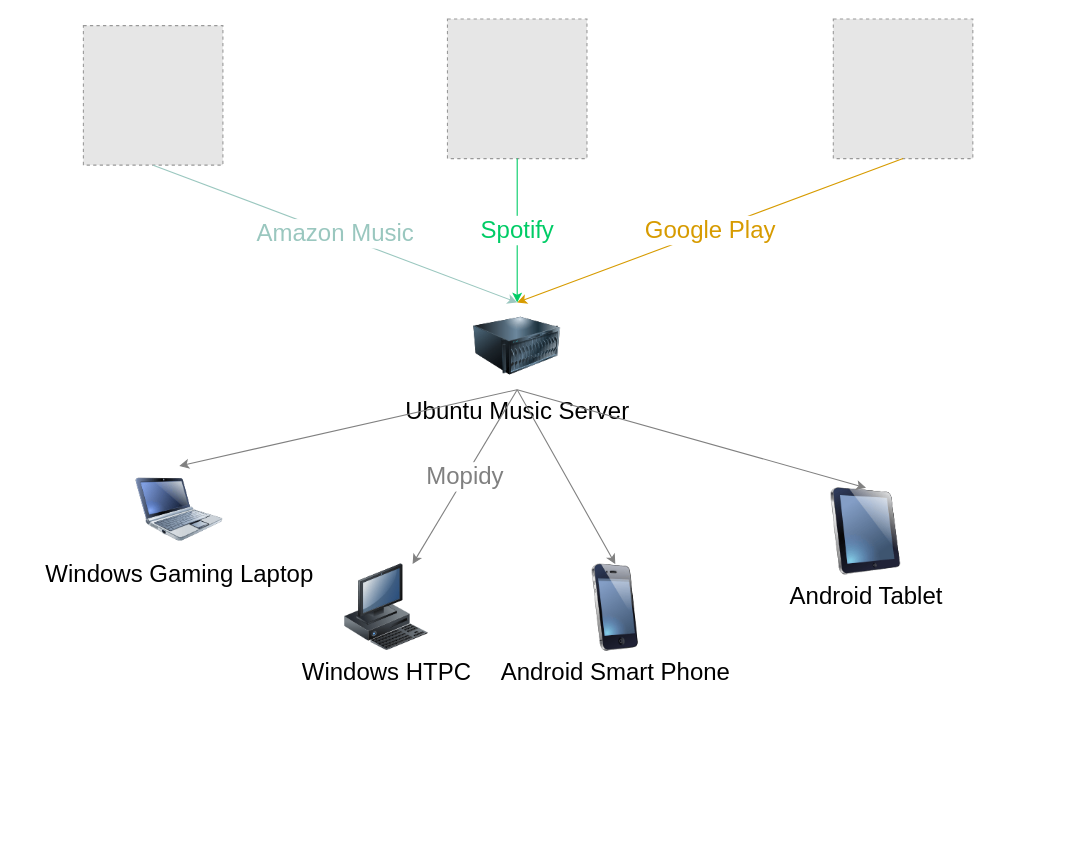
Above: Music Streaming Service.drawio in syedrali/architecture (draw.io), before the change. Source tidied: cells renumbered, new cells numbered last; positions are measured from the earlier drawing's top-left corner, leaving out a move shared by most shapes. Both pictures are drawn from the tidied source at 109%, with x=0, y=0 at pixel (83, 19). Pictures stored in the file or linked from it are replaced by grey dashed boxes.
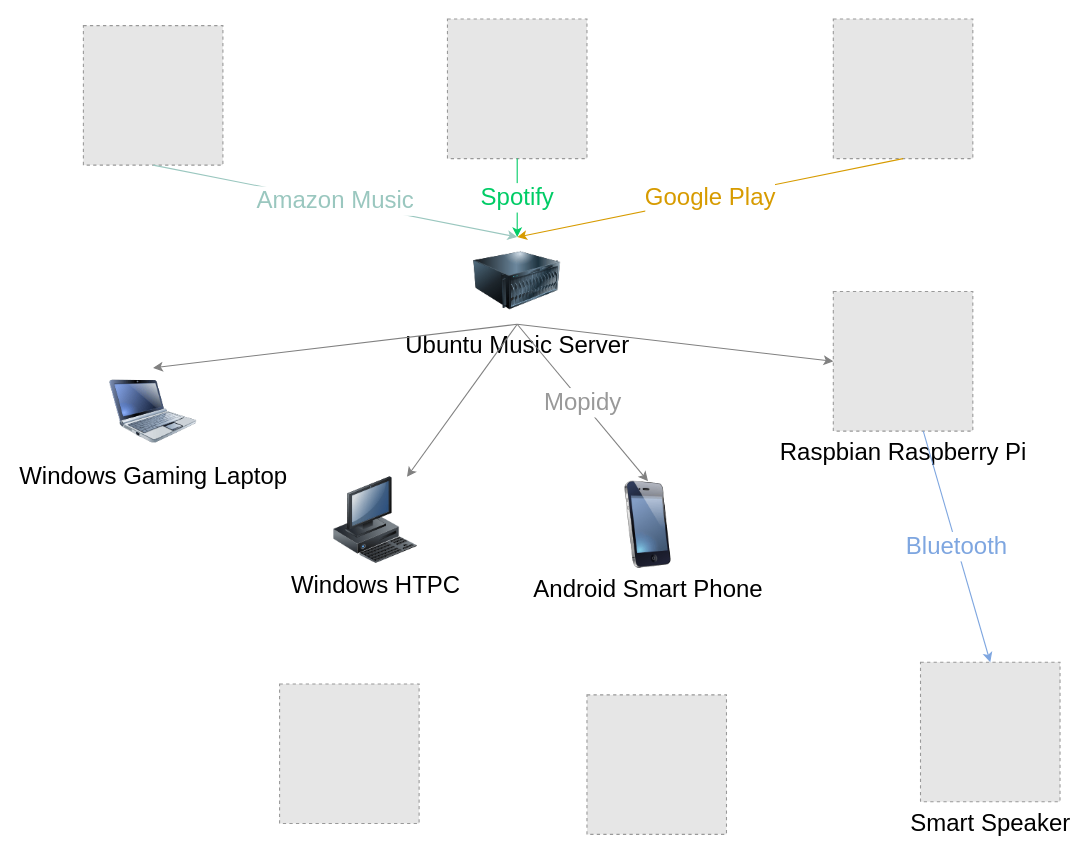
The same diagram, later.

The edit, as a diff of the source:
```diff
@@
-    <mxCell id="2" value="Android Tablet&lt;br&gt;" style="image;html=1;labelBackgroundColor=#ffffff;image=img/lib/clip_art/computers/iPad_128x128.png;rounded=1;shadow=0;comic=0;strokeColor=#000000;strokeWidth=2;fillColor=#FFFFFF;fontSize=22;fontColor=#000000;" parent="1" vertex="1">
-      <mxGeometry x="678" y="430" width="80" height="80" as="geometry" />
-    </mxCell>
     <mxCell id="3" value="Windows HTPC" style="image;html=1;labelBackgroundColor=#ffffff;image=img/lib/clip_art/computers/Workstation_128x128.png;rounded=1;shadow=0;comic=0;strokeColor=#000000;strokeWidth=2;fillColor=#FFFFFF;fontSize=22;fontColor=#000000;" parent="1" vertex="1">
-      <mxGeometry x="238" y="500" width="80" height="80" as="geometry" />
+      <mxGeometry x="228" y="420" width="80" height="80" as="geometry" />
     </mxCell>
     <mxCell id="4" value="Android Smart Phone" style="image;html=1;labelBackgroundColor=#ffffff;image=img/lib/clip_art/telecommunication/iPhone_128x128.png;rounded=1;shadow=0;comic=0;strokeColor=#000000;strokeWidth=2;fillColor=#FFFFFF;fontSize=22;fontColor=#000000;" parent="1" vertex="1">
-      <mxGeometry x="448" y="500" width="80" height="80" as="geometry" />
+      <mxGeometry x="478" y="424" width="80" height="80" as="geometry" />
     </mxCell>
     <mxCell id="5" value="Windows Gaming Laptop" style="image;html=1;labelBackgroundColor=#ffffff;image=img/lib/clip_art/computers/Netbook_128x128.png;rounded=1;shadow=0;comic=0;strokeColor=#000000;strokeWidth=2;fillColor=#FFFFFF;fontSize=22;fontColor=#000000;" parent="1" vertex="1">
-      <mxGeometry x="48" y="410" width="80" height="80" as="geometry" />
+      <mxGeometry x="24" y="320" width="80" height="80" as="geometry" />
     </mxCell>
     <mxCell id="6" value="&lt;font style=&quot;font-size: 22px&quot;&gt;Ubuntu Music Server&lt;br&gt;&lt;/font&gt;" style="image;html=1;labelBackgroundColor=#ffffff;image=img/lib/clip_art/computers/Server_128x128.png;" parent="1" vertex="1">
-      <mxGeometry x="358" y="260" width="80" height="80" as="geometry" />
+      <mxGeometry x="358" y="200" width="80" height="80" as="geometry" />
     </mxCell>
@@
-    <mxCell id="8" value="&lt;font style=&quot;font-size: 22px&quot;&gt;Mopidy&lt;/font&gt;" style="endArrow=classic;html=1;exitX=0.5;exitY=1;exitDx=0;exitDy=0;fontColor=#808080;strokeColor=#808080;" parent="1" edge="1" source="6" target="3">
+    <mxCell id="8" style="endArrow=classic;html=1;exitX=0.5;exitY=1;exitDx=0;exitDy=0;fontColor=#808080;strokeColor=#808080;" parent="1" edge="1" source="6" target="3">
       <mxGeometry relative="1" as="geometry" />
     </mxCell>
-    <mxCell id="9" style="endArrow=classic;html=1;entryX=0.5;entryY=0;entryDx=0;entryDy=0;fontColor=#999999;strokeColor=#808080;" parent="1" edge="1" target="4">
-      <mxGeometry relative="1" as="geometry">
-        <mxPoint x="398" y="340" as="sourcePoint" />
-      </mxGeometry>
+    <mxCell id="9" value="&lt;font style=&quot;font-size: 22px&quot;&gt;Mopidy&lt;/font&gt;" style="endArrow=classic;html=1;entryX=0.5;entryY=0;entryDx=0;entryDy=0;fontColor=#999999;strokeColor=#808080;exitX=0.5;exitY=1;exitDx=0;exitDy=0;" parent="1" edge="1" source="6" target="4">
+      <mxGeometry relative="1" as="geometry" />
     </mxCell>
-    <mxCell id="10" style="endArrow=classic;html=1;entryX=0.5;entryY=0;entryDx=0;entryDy=0;exitX=0.5;exitY=1;exitDx=0;exitDy=0;fontColor=#999999;strokeColor=#808080;" parent="1" edge="1" source="6" target="2">
-      <mxGeometry relative="1" as="geometry" />
-    </mxCell>
@@
+    <mxCell id="17" value="&lt;font style=&quot;font-size: 22px&quot; color=&quot;#000000&quot;&gt;Raspbian Raspberry Pi&lt;/font&gt;" style="fillColor=#E6E6E6;strokeColor=#999999;dashed=1;html=1;verticalAlign=top;verticalLabelPosition=bottom;labelBackgroundColor=#ffffff;fontSize=22;fontColor=#D79B00;" parent="1" vertex="1">
+      <mxGeometry x="688" y="250" width="128" height="128" as="geometry" />
+    </mxCell>
+    <mxCell id="18" style="endArrow=classic;html=1;entryX=0;entryY=0.5;entryDx=0;entryDy=0;exitX=0.5;exitY=1;exitDx=0;exitDy=0;fontColor=#999999;strokeColor=#808080;" parent="1" edge="1" source="6" target="17">
+      <mxGeometry relative="1" as="geometry" />
+    </mxCell>
+    <mxCell id="19" value="&lt;font color=&quot;#000000&quot; style=&quot;font-size: 22px&quot;&gt;Smart Speaker&lt;/font&gt;" style="fillColor=#E6E6E6;strokeColor=#999999;dashed=1;html=1;verticalAlign=top;verticalLabelPosition=bottom;labelBackgroundColor=#ffffff;fontSize=11;fontColor=#D79B00;" parent="1" vertex="1">
+      <mxGeometry x="768" y="590" width="128" height="128" as="geometry" />
+    </mxCell>
+    <mxCell id="20" value="Bluetooth&lt;br&gt;" style="endArrow=classic;html=1;fontColor=#7EA6E0;strokeColor=#7EA6E0;entryX=0.5;entryY=0;entryDx=0;entryDy=0;fontSize=22;" parent="1" edge="1" source="17" target="19">
+      <mxGeometry relative="1" as="geometry" />
+    </mxCell>
+    <mxCell id="21" style="fillColor=#E6E6E6;strokeColor=#999999;dashed=1;html=1;verticalAlign=top;verticalLabelPosition=bottom;labelBackgroundColor=#ffffff;fontSize=22;fontColor=#7EA6E0;" parent="1" vertex="1">
+      <mxGeometry x="462" y="620" width="128" height="128" as="geometry" />
+    </mxCell>
+    <mxCell id="22" style="fillColor=#E6E6E6;strokeColor=#999999;dashed=1;html=1;verticalAlign=top;verticalLabelPosition=bottom;labelBackgroundColor=#ffffff;fontSize=22;fontColor=#7EA6E0;" parent="1" vertex="1">
+      <mxGeometry x="180" y="610" width="128" height="128" as="geometry" />
+    </mxCell>
```
